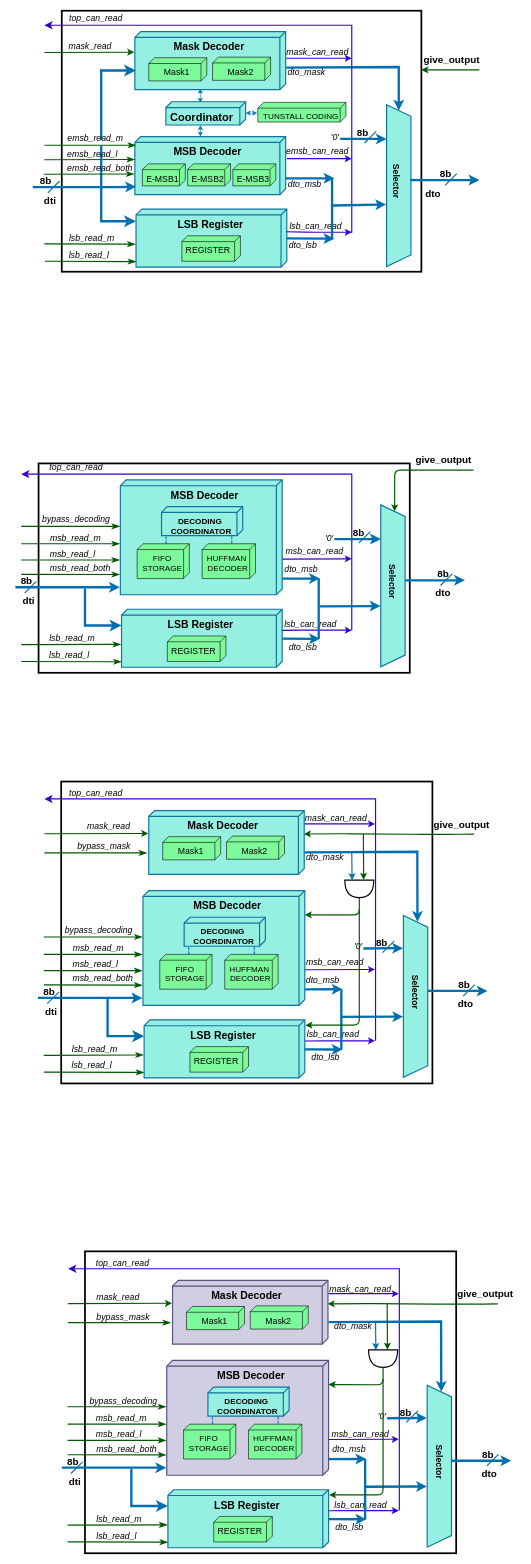
Earlier version of the draw.io diagram Decompressor.drawio (Nithyarajoman/Drawio-figures). Source tidied: cells renumbered, new cells numbered last; positions are measured from the earlier drawing's top-left corner, leaving out a move shared by most shapes. Both pictures are drawn from the tidied source at 58%, with x=0, y=0 at pixel (15, 10).
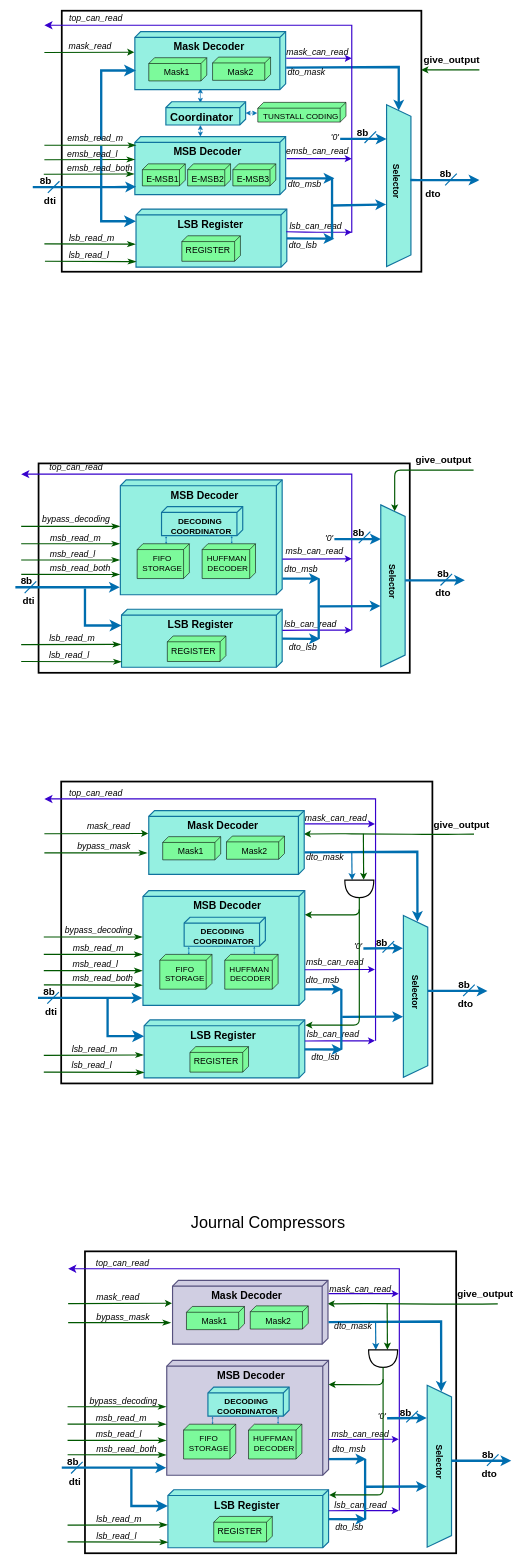
The same diagram, later.

What changed in the source:
```diff
@@
+    <mxCell id="245" value="&lt;font style=&quot;font-size: 28px;&quot;&gt;Journal Compressors&lt;/font&gt;" style="text;html=1;whiteSpace=wrap;strokeColor=none;fillColor=none;align=center;verticalAlign=middle;rounded=0;" parent="1" vertex="1">
+      <mxGeometry x="261" y="2070" width="350" height="40" as="geometry" />
+    </mxCell>
```
